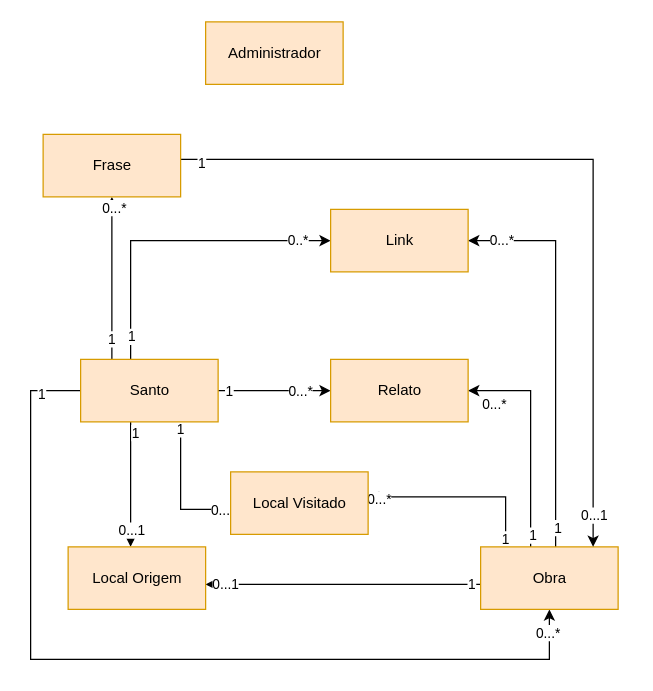
The draw.io diagram page "Conceptual Model" (1 of 2) of Documentation/Untitled Diagram.drawio in the-catholics/Saints-API, before the edit. Source tidied: cells renumbered, new cells numbered last; positions are measured from the earlier drawing's top-left corner, leaving out a move shared by most shapes. Both pictures are drawn from the tidied source at 125%, with x=0, y=0 at pixel (30, 21).
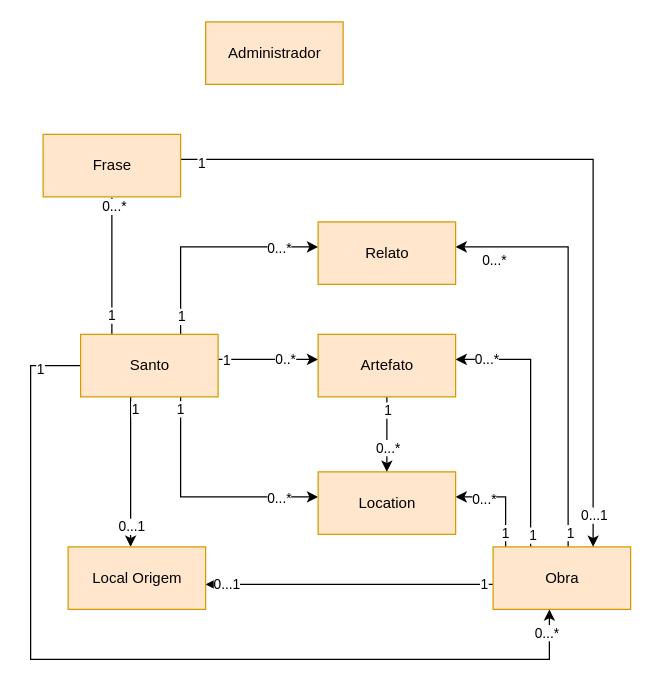
After the change.

Unchanged cells that the change refers to:
```xml
<mxCell id="24" style="edgeStyle=orthogonalEdgeStyle;rounded=0;jettySize=auto;html=1;" parent="1" edge="1" source="33" target="40">
  <mxGeometry relative="1" as="geometry">
    <Array as="points">
      <mxPoint x="380" y="380" />
    </Array>
  </mxGeometry>
</mxCell>
```

Diff of the diagram source:
```diff
@@
     <mxCell id="2" style="edgeStyle=orthogonalEdgeStyle;rounded=0;jettySize=auto;html=1;" parent="1" edge="1" source="20" target="33">
       <mxGeometry relative="1" as="geometry">
         <Array as="points">
-          <mxPoint y="295" />
+          <mxPoint y="275" />
           <mxPoint y="510" />
           <mxPoint x="415" y="510" />
         </Array>
       </mxGeometry>
     </mxCell>
@@
     <mxCell id="11" style="edgeStyle=orthogonalEdgeStyle;rounded=0;jettySize=auto;html=1;" parent="1" edge="1" source="20" target="40">
       <mxGeometry relative="1" as="geometry">
         <Array as="points">
-          <mxPoint x="120" y="390" />
+          <mxPoint x="120" y="380" />
         </Array>
       </mxGeometry>
     </mxCell>
@@
     <mxCell id="13" value="0...*" style="edgeLabel;html=1;align=center;verticalAlign=middle;" parent="11" vertex="1">
-      <mxGeometry x="0.87" relative="1" as="geometry" />
+      <mxGeometry x="0.87" relative="1" as="geometry">
+        <mxPoint x="-20" as="offset" />
+      </mxGeometry>
     </mxCell>
     <mxCell id="14" style="edgeStyle=orthogonalEdgeStyle;rounded=0;jettySize=auto;html=1;" parent="1" edge="1" source="20" target="41">
       <mxGeometry relative="1" as="geometry">
         <Array as="points">
-          <mxPoint x="285" y="290" />
+          <mxPoint x="120" y="180" />
         </Array>
       </mxGeometry>
     </mxCell>
@@
     <mxCell id="17" style="edgeStyle=orthogonalEdgeStyle;rounded=0;jettySize=auto;html=1;" parent="1" edge="1" source="20" target="42">
       <mxGeometry relative="1" as="geometry">
         <Array as="points">
-          <mxPoint x="80" y="175" />
+          <mxPoint x="180" y="270" />
+          <mxPoint x="180" y="270" />
         </Array>
       </mxGeometry>
     </mxCell>
@@
     <mxCell id="19" value="0..*" style="edgeLabel;html=1;align=center;verticalAlign=middle;" parent="17" vertex="1">
-      <mxGeometry x="0.79" y="1" relative="1" as="geometry" />
+      <mxGeometry x="0.79" y="1" relative="1" as="geometry">
+        <mxPoint x="-19" as="offset" />
+      </mxGeometry>
     </mxCell>
     <mxCell id="20" value="Santo" style="html=1;fillColor=#ffe6cc;strokeColor=#d79b00;" parent="1" vertex="1">
-      <mxGeometry x="40" y="270" width="110" height="50" as="geometry" />
+      <mxGeometry x="40" y="250" width="110" height="50" as="geometry" />
     </mxCell>
@@
     <mxCell id="25" value="1" style="edgeLabel;html=1;align=center;verticalAlign=middle;" parent="24" vertex="1">
-      <mxGeometry x="-0.91" y="1" relative="1" as="geometry" />
+      <mxGeometry x="-0.91" y="1" relative="1" as="geometry">
+        <mxPoint y="-8" as="offset" />
+      </mxGeometry>
     </mxCell>
     <mxCell id="26" value="0...*" style="edgeLabel;html=1;align=center;verticalAlign=middle;" parent="24" vertex="1">
-      <mxGeometry x="0.89" y="1" relative="1" as="geometry" />
+      <mxGeometry x="0.89" y="1" relative="1" as="geometry">
+        <mxPoint x="18" as="offset" />
+      </mxGeometry>
     </mxCell>
     <mxCell id="27" style="edgeStyle=orthogonalEdgeStyle;rounded=0;jettySize=auto;html=1;" parent="1" edge="1" source="33" target="41">
       <mxGeometry relative="1" as="geometry">
         <Array as="points">
-          <mxPoint x="400" y="295" />
+          <mxPoint x="430" y="180" />
         </Array>
       </mxGeometry>
     </mxCell>
     <mxCell id="28" value="1" style="edgeLabel;html=1;align=center;verticalAlign=middle;" parent="27" vertex="1">
       <mxGeometry x="-0.89" y="-2" relative="1" as="geometry">
-        <mxPoint x="-1" as="offset" />
+        <mxPoint x="-1" y="6" as="offset" />
       </mxGeometry>
     </mxCell>
@@
     <mxCell id="30" style="edgeStyle=orthogonalEdgeStyle;rounded=0;jettySize=auto;html=1;" parent="1" edge="1" source="33" target="42">
       <mxGeometry relative="1" as="geometry">
         <Array as="points">
-          <mxPoint x="420" y="175" />
+          <mxPoint x="400" y="270" />
         </Array>
       </mxGeometry>
     </mxCell>
@@
     <mxCell id="32" value="0...*" style="edgeLabel;html=1;align=center;verticalAlign=middle;" parent="30" vertex="1">
       <mxGeometry x="0.88" y="2" relative="1" as="geometry">
-        <mxPoint x="7" y="-3" as="offset" />
+        <mxPoint x="11" y="-3" as="offset" />
       </mxGeometry>
     </mxCell>
     <mxCell id="33" value="Obra" style="html=1;fillColor=#ffe6cc;strokeColor=#d79b00;" parent="1" vertex="1">
-      <mxGeometry x="360" y="420" width="110" height="50" as="geometry" />
+      <mxGeometry x="370" y="420" width="110" height="50" as="geometry" />
     </mxCell>
@@
-    <mxCell id="40" value="Local Visitado" style="html=1;fillColor=#ffe6cc;strokeColor=#d79b00;" parent="1" vertex="1">
-      <mxGeometry x="160" y="360" width="110" height="50" as="geometry" />
+    <mxCell id="40" value="Location" style="html=1;fillColor=#ffe6cc;strokeColor=#d79b00;" parent="1" vertex="1">
+      <mxGeometry x="230" y="360" width="110" height="50" as="geometry" />
     </mxCell>
     <mxCell id="41" value="Relato" style="html=1;fillColor=#ffe6cc;strokeColor=#d79b00;" parent="1" vertex="1">
-      <mxGeometry x="240" y="270" width="110" height="50" as="geometry" />
+      <mxGeometry x="230" y="160" width="110" height="50" as="geometry" />
     </mxCell>
+    <mxCell id="43" style="edgeStyle=orthogonalEdgeStyle;rounded=0;jettySize=auto;html=1;" parent="1" edge="1" source="42" target="40">
+      <mxGeometry relative="1" as="geometry" />
+    </mxCell>
+    <mxCell id="44" value="1" style="edgeLabel;html=1;align=center;verticalAlign=middle;" parent="43" vertex="1">
+      <mxGeometry x="-0.8" y="-1" relative="1" as="geometry">
+        <mxPoint x="1" y="4" as="offset" />
+      </mxGeometry>
+    </mxCell>
+    <mxCell id="45" value="0...*" style="edgeLabel;html=1;align=center;verticalAlign=middle;" parent="43" vertex="1">
+      <mxGeometry x="0.44" relative="1" as="geometry">
+        <mxPoint y="-3" as="offset" />
+      </mxGeometry>
+    </mxCell>
-    <mxCell id="42" value="Link" style="html=1;fillColor=#ffe6cc;strokeColor=#d79b00;" parent="1" vertex="1">
-      <mxGeometry x="240" y="150" width="110" height="50" as="geometry" />
+    <mxCell id="42" value="Artefato" style="html=1;fillColor=#ffe6cc;strokeColor=#d79b00;" parent="1" vertex="1">
+      <mxGeometry x="230" y="250" width="110" height="50" as="geometry" />
     </mxCell>
```
